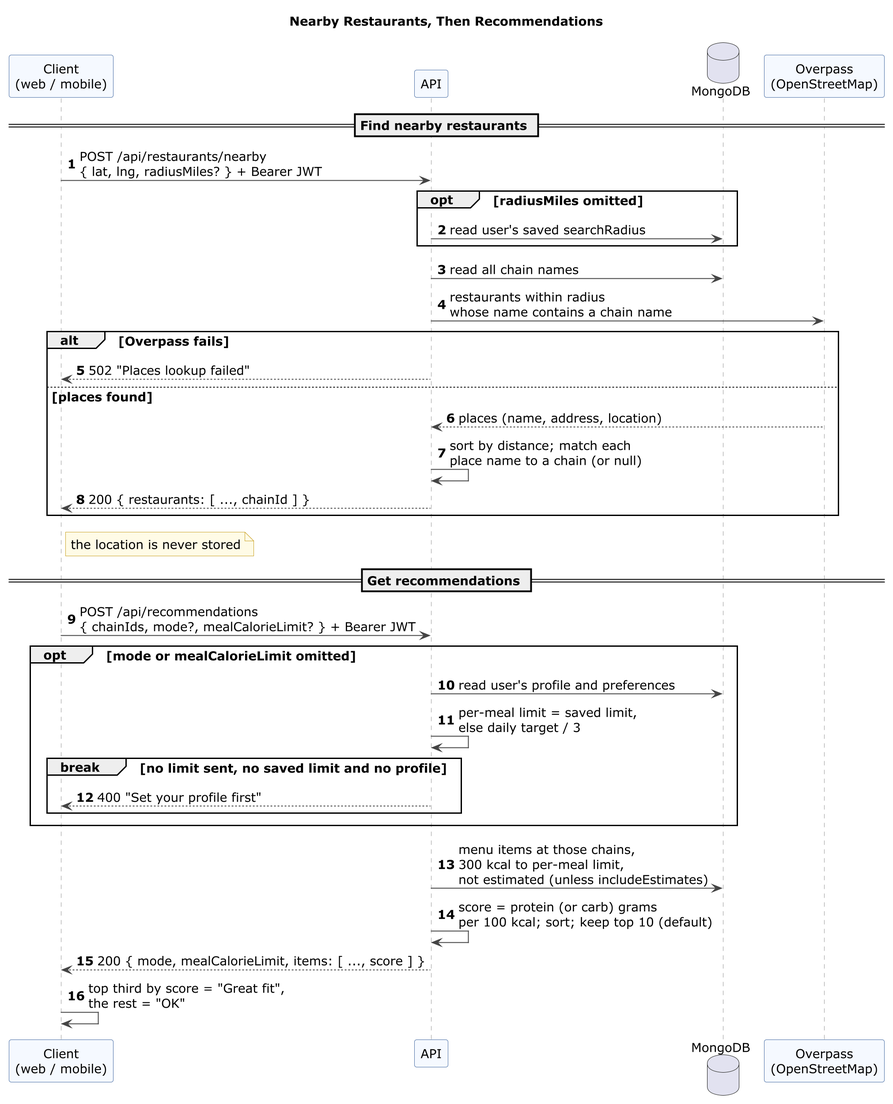
Earlier version of the PlantUML export docs/diagrams/sequence-recommendations.png (polter-dev/POOSD_large_proj). The source it was exported from:
```plantuml
@startuml sequence-recommendations

skinparam defaultFontName Verdana
scale 2
skinparam defaultFontSize 14
skinparam shadowing false
skinparam ArrowColor #444444
skinparam sequenceLifeLineBorderColor #999999
skinparam sequenceParticipantBackgroundColor #F5F9FF
skinparam sequenceParticipantBorderColor #4A6FA5
skinparam noteBackgroundColor #FFFBE6
skinparam noteBorderColor #C9A227
autonumber

title Nearby Restaurants, Then Recommendations

participant "Client\n(web / mobile)" as Client
participant API
database MongoDB
participant "Overpass\n(OpenStreetMap)" as Overpass

== Find nearby restaurants ==
Client -> API : POST /api/restaurants/nearby\n{ lat, lng, radiusMiles? } + Bearer JWT
opt radiusMiles omitted
  API -> MongoDB : read user's saved searchRadius
end
API -> MongoDB : read all chain names
API -> Overpass : restaurants within radius\nwhose name contains a chain name
alt Overpass fails
  API --> Client : 502 "Places lookup failed"
else places found
  Overpass --> API : places (name, address, location)
  API -> API : sort by distance; match each\nplace name to a chain (or null)
  API --> Client : 200 { restaurants: [ ..., chainId ] }
end
note right of Client : the location is never stored

== Get recommendations ==
Client -> API : POST /api/recommendations\n{ chainIds, mode?, mealCalorieLimit? } + Bearer JWT
opt mode or mealCalorieLimit omitted
  API -> MongoDB : read user's profile and preferences
  API -> API : per-meal limit = saved limit,\nelse daily target / 3
  break no limit sent, no saved limit and no profile
    API --> Client : 400 "Set your profile first"
  end
end
API -> MongoDB : menu items at those chains,\n300 kcal to per-meal limit,\nnot estimated (unless includeEstimates)
API -> API : score = protein (or carb) grams\nper 100 kcal; sort; keep top 10 (default)
API --> Client : 200 { mode, mealCalorieLimit, items: [ ..., score ] }
Client -> Client : top third by score = "Great fit",\nthe rest = "OK"

@enduml
```
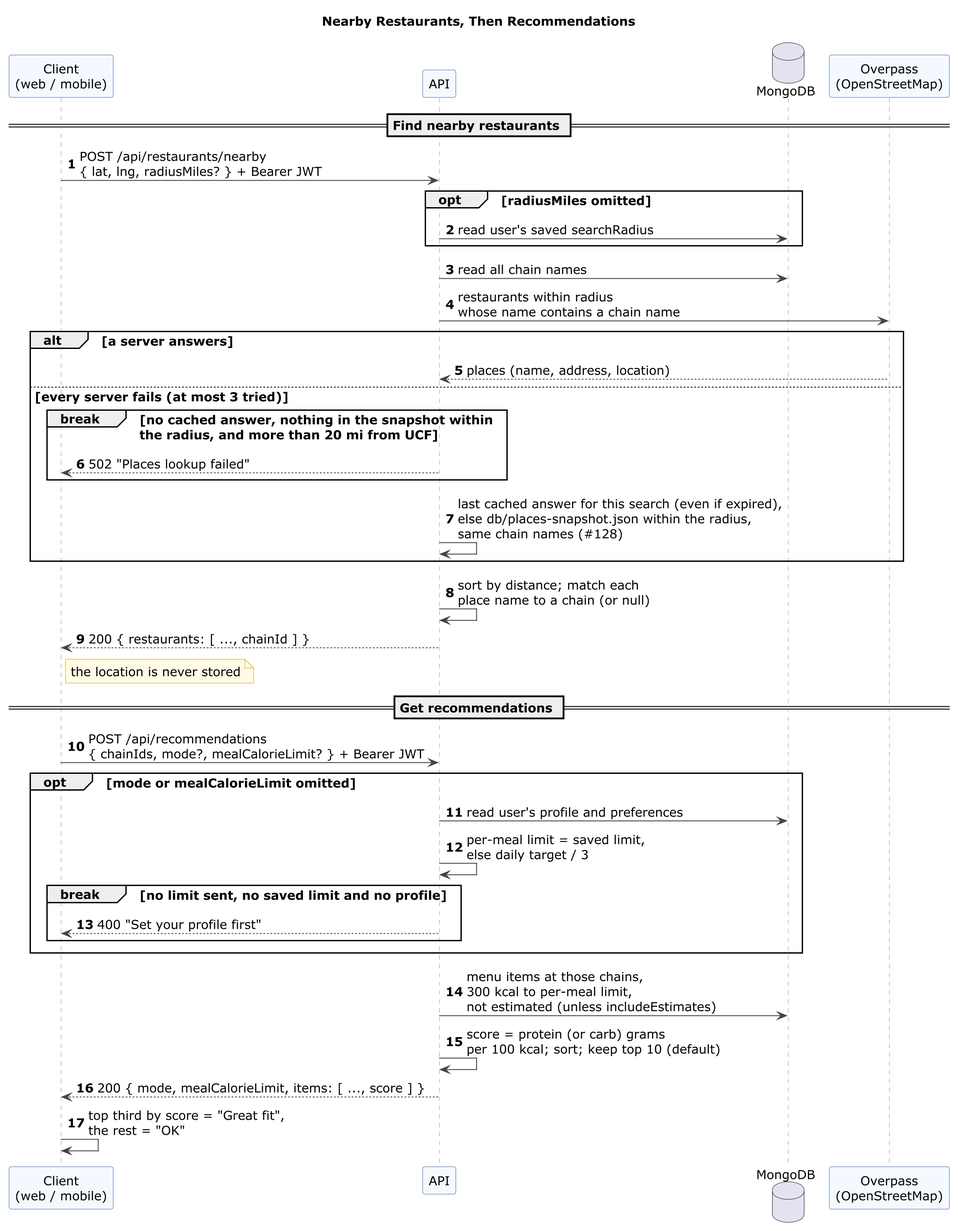
The same diagram one commit later.

Commit message:
Diagrams: re-render sequence-recommendations.png after #145

The edit, as a diff of the source:
```diff
@@ -26,13 +26,16 @@
 end
 API -> MongoDB : read all chain names
 API -> Overpass : restaurants within radius\nwhose name contains a chain name
-alt Overpass fails
-  API --> Client : 502 "Places lookup failed"
-else places found
+alt a server answers
   Overpass --> API : places (name, address, location)
-  API -> API : sort by distance; match each\nplace name to a chain (or null)
-  API --> Client : 200 { restaurants: [ ..., chainId ] }
+else every server fails (at most 3 tried)
+  break no cached answer, nothing in the snapshot within\nthe radius, and more than 20 mi from UCF
+    API --> Client : 502 "Places lookup failed"
+  end
+  API -> API : last cached answer for this search (even if expired),\nelse db/places-snapshot.json within the radius,\nsame chain names (#128)
 end
+API -> API : sort by distance; match each\nplace name to a chain (or null)
+API --> Client : 200 { restaurants: [ ..., chainId ] }
 note right of Client : the location is never stored
 
 == Get recommendations ==
```
